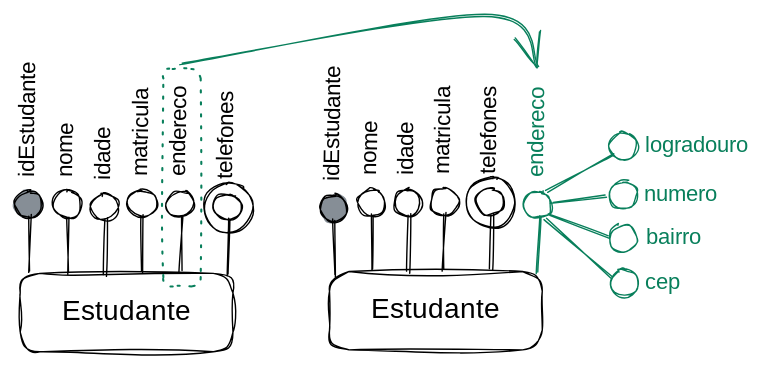
Before: .gitbook/assets/file.excalidraw.svg, a diagram exported from Excalidraw (francojoao/gb-banco-de-dados). Source tidied: one line per element, renumbered; positions are measured from the earlier drawing's top-left corner, leaving out a move shared by most shapes.
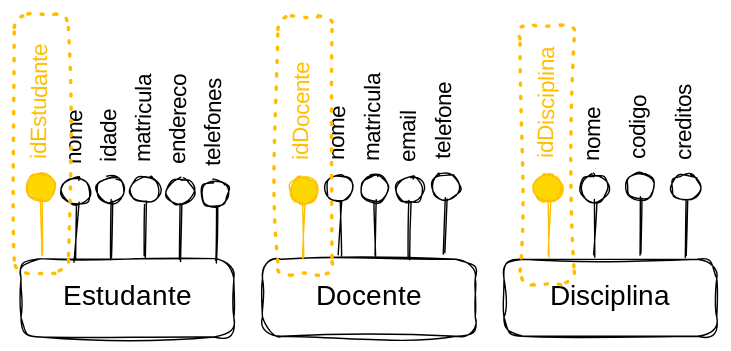
The same file after the commit.

What changed in the source:
```diff
@@ -1,56 +1,54 @@
-{"id": 0, "type": "rectangle", "strokeColor": "#000000", "strokeWidth": 1, "roughness": 2, "round": true, "x": 42, "y": 185, "width": 152, "height": 56}
-{"id": 1, "type": "text", "text": "Estudante", "strokeColor": "#000000", "strokeWidth": 1, "roughness": 1, "fontSize": 20, "fontFamily": 1, "textAlign": "center", "verticalAlign": "middle", "inside": 0, "x": 66, "y": 201, "width": 105, "height": 25}
-{"id": 2, "type": "ellipse", "strokeColor": "#000000", "backgroundColor": "#868e96", "fillStyle": "solid", "strokeWidth": 1, "roughness": 1, "round": true, "x": 38, "y": 126, "width": 20, "height": 19}
-{"id": 3, "type": "line", "strokeColor": "#000000", "backgroundColor": "#868e96", "fillStyle": "solid", "strokeWidth": 1, "roughness": 1, "round": true, "x": 49, "y": 145, "width": 1, "height": 40, "points": [[0, 0], [-1, 40]]}
-{"id": 4, "type": "text", "text": "idEstudante", "strokeColor": "#000000", "angle": 4.73, "backgroundColor": "#868e96", "fillStyle": "solid", "strokeWidth": 1, "roughness": 1, "fontSize": 16, "fontFamily": 1, "x": 0, "y": 58, "width": 97, "height": 20}
-{"id": 5, "type": "ellipse", "strokeColor": "#000000", "strokeWidth": 1, "roughness": 1, "round": true, "x": 66, "y": 126, "width": 20, "height": 19}
-{"id": 6, "type": "line", "strokeColor": "#000000", "backgroundColor": "#868e96", "fillStyle": "solid", "strokeWidth": 1, "roughness": 1, "round": true, "x": 77, "y": 145, "width": 1, "height": 40, "points": [[0, 0], [-1, 40]]}
-{"id": 7, "type": "text", "text": "nome", "strokeColor": "#000000", "angle": 4.73, "backgroundColor": "#868e96", "fillStyle": "solid", "strokeWidth": 1, "roughness": 1, "fontSize": 16, "fontFamily": 1, "x": 57, "y": 88, "width": 37, "height": 20}
-{"id": 8, "type": "ellipse", "strokeColor": "#000000", "strokeWidth": 1, "roughness": 1, "round": true, "x": 119, "y": 126, "width": 20, "height": 19}
-{"id": 9, "type": "line", "strokeColor": "#000000", "backgroundColor": "#868e96", "fillStyle": "solid", "strokeWidth": 1, "roughness": 1, "round": true, "x": 130, "y": 144, "width": 1, "height": 40, "points": [[0, 0], [-1, 40]]}
-{"id": 10, "type": "text", "text": "matricula", "strokeColor": "#000000", "angle": 4.73, "backgroundColor": "#868e96", "fillStyle": "solid", "strokeWidth": 1, "roughness": 1, "fontSize": 16, "fontFamily": 1, "x": 92, "y": 69, "width": 74, "height": 20}
-{"id": 11, "type": "ellipse", "strokeColor": "#000000", "strokeWidth": 1, "roughness": 1, "round": true, "x": 180, "y": 128, "width": 20, "height": 19}
-{"id": 12, "type": "line", "strokeColor": "#000000", "backgroundColor": "#868e96", "fillStyle": "solid", "strokeWidth": 1, "roughness": 1, "round": true, "x": 191, "y": 146, "width": 1, "height": 40, "points": [[0, 0], [-1, 40]]}
-{"id": 13, "type": "text", "text": "telefones", "strokeColor": "#000000", "angle": 4.73, "backgroundColor": "#868e96", "fillStyle": "solid", "strokeWidth": 1, "roughness": 1, "fontSize": 16, "fontFamily": 1, "x": 153, "y": 71, "width": 74, "height": 20}
-{"id": 14, "type": "ellipse", "strokeColor": "#000000", "strokeWidth": 1, "roughness": 1, "round": true, "x": 173, "y": 120, "width": 35, "height": 36}
-{"id": 15, "type": "ellipse", "strokeColor": "#000000", "strokeWidth": 1, "roughness": 1, "round": true, "x": 147, "y": 126, "width": 20, "height": 19}
-{"id": 16, "type": "line", "strokeColor": "#000000", "backgroundColor": "#868e96", "fillStyle": "solid", "strokeWidth": 1, "roughness": 1, "round": true, "x": 157, "y": 144, "width": 1, "height": 40, "points": [[0, 0], [-1, 40]]}
-{"id": 17, "type": "text", "text": "endereco", "strokeColor": "#000000", "angle": 4.73, "backgroundColor": "#868e96", "fillStyle": "solid", "strokeWidth": 1, "roughness": 1, "fontSize": 16, "fontFamily": 1, "x": 122, "y": 71, "width": 69, "height": 20}
-{"id": 18, "type": "rectangle", "strokeColor": "#000000", "strokeWidth": 1, "roughness": 2, "round": true, "x": 263, "y": 184, "width": 152, "height": 56}
-{"id": 19, "type": "text", "text": "Estudante", "strokeColor": "#000000", "strokeWidth": 1, "roughness": 1, "fontSize": 20, "fontFamily": 1, "textAlign": "center", "verticalAlign": "middle", "inside": 18, "x": 287, "y": 199, "width": 105, "height": 25}
-{"id": 20, "type": "ellipse", "strokeColor": "#000000", "backgroundColor": "#868e96", "fillStyle": "solid", "strokeWidth": 1, "roughness": 1, "round": true, "x": 256, "y": 129, "width": 20, "height": 19}
-{"id": 21, "type": "line", "strokeColor": "#000000", "backgroundColor": "#868e96", "fillStyle": "solid", "strokeWidth": 1, "roughness": 1, "round": true, "x": 267, "y": 147, "width": 1, "height": 40, "points": [[0, 0], [-1, 40]]}
-{"id": 22, "type": "text", "text": "idEstudante", "strokeColor": "#000000", "angle": 4.73, "backgroundColor": "#868e96", "fillStyle": "solid", "strokeWidth": 1, "roughness": 1, "fontSize": 16, "fontFamily": 1, "x": 218, "y": 60, "width": 97, "height": 20}
-{"id": 23, "type": "ellipse", "strokeColor": "#000000", "strokeWidth": 1, "roughness": 1, "round": true, "x": 283, "y": 125, "width": 20, "height": 19}
-{"id": 24, "type": "line", "strokeColor": "#000000", "backgroundColor": "#868e96", "fillStyle": "solid", "strokeWidth": 1, "roughness": 1, "round": true, "x": 294, "y": 143, "width": 1, "height": 40, "points": [[0, 0], [-1, 40]]}
-{"id": 25, "type": "text", "text": "nome", "strokeColor": "#000000", "angle": 4.73, "backgroundColor": "#868e96", "fillStyle": "solid", "strokeWidth": 1, "roughness": 1, "fontSize": 16, "fontFamily": 1, "x": 274, "y": 86, "width": 37, "height": 20}
-{"id": 26, "type": "ellipse", "strokeColor": "#000000", "strokeWidth": 1, "roughness": 1, "round": true, "x": 335, "y": 124, "width": 20, "height": 19}
-{"id": 27, "type": "line", "strokeColor": "#000000", "backgroundColor": "#868e96", "fillStyle": "solid", "strokeWidth": 1, "roughness": 1, "round": true, "x": 346, "y": 143, "width": 1, "height": 40, "points": [[0, 0], [-1, 40]]}
-{"id": 28, "type": "text", "text": "matricula", "strokeColor": "#000000", "angle": 4.73, "backgroundColor": "#868e96", "fillStyle": "solid", "strokeWidth": 1, "roughness": 1, "fontSize": 16, "fontFamily": 1, "x": 308, "y": 67, "width": 74, "height": 20}
-{"id": 29, "type": "ellipse", "strokeColor": "#000000", "strokeWidth": 1, "roughness": 1, "round": true, "x": 368, "y": 125, "width": 20, "height": 19}
-{"id": 30, "type": "line", "strokeColor": "#000000", "backgroundColor": "#868e96", "fillStyle": "solid", "strokeWidth": 1, "roughness": 1, "round": true, "x": 379, "y": 143, "width": 1, "height": 40, "points": [[0, 0], [-1, 40]]}
-{"id": 31, "type": "text", "text": "telefones", "strokeColor": "#000000", "angle": 4.73, "backgroundColor": "#868e96", "fillStyle": "solid", "strokeWidth": 1, "roughness": 1, "fontSize": 16, "fontFamily": 1, "x": 341, "y": 67, "width": 74, "height": 20}
-{"id": 32, "type": "ellipse", "strokeColor": "#000000", "strokeWidth": 1, "roughness": 1, "round": true, "x": 361, "y": 117, "width": 35, "height": 36}
-{"id": 33, "type": "arrow", "strokeColor": "#087f5b", "strokeWidth": 1, "roughness": 1, "endArrowhead": "arrow", "round": true, "from": 49, "to": 36, "x": 157, "y": 36, "width": 256, "height": 38, "points": [[0, 0], [216, -36], [256, 2]]}
-{"id": 34, "type": "ellipse", "strokeColor": "#087f5b", "strokeWidth": 1, "roughness": 1, "round": true, "x": 402, "y": 127, "width": 20, "height": 19}
-{"id": 35, "type": "line", "strokeColor": "#087f5b", "backgroundColor": "#868e96", "fillStyle": "solid", "strokeWidth": 1, "roughness": 1, "round": true, "x": 413, "y": 145, "width": 1, "height": 40, "points": [[0, 0], [-1, 40]]}
-{"id": 36, "type": "text", "text": "endereco", "strokeColor": "#087f5b", "angle": 4.73, "backgroundColor": "#868e96", "fillStyle": "solid", "strokeWidth": 1, "roughness": 1, "fontSize": 16, "fontFamily": 1, "x": 378, "y": 72, "width": 69, "height": 20}
-{"id": 37, "type": "ellipse", "strokeColor": "#087f5b", "strokeWidth": 1, "roughness": 1, "round": true, "x": 463, "y": 85, "width": 20, "height": 20}
-{"id": 38, "type": "ellipse", "strokeColor": "#087f5b", "strokeWidth": 1, "roughness": 1, "round": true, "x": 463, "y": 119, "width": 20, "height": 20}
-{"id": 39, "type": "ellipse", "strokeColor": "#087f5b", "strokeWidth": 1, "roughness": 1, "round": true, "x": 463, "y": 150, "width": 20, "height": 20}
-{"id": 40, "type": "line", "strokeColor": "#087f5b", "strokeWidth": 1, "roughness": 1, "round": true, "x": 419, "y": 128, "width": 46, "height": 28, "points": [[0, 0], [46, -28]]}
-{"id": 41, "type": "arrow", "strokeColor": "#087f5b", "strokeWidth": 1, "roughness": 1, "round": true, "to": 38, "x": 422, "y": 134, "width": 40, "height": 5, "points": [[0, 0], [40, -5]]}
-{"id": 42, "type": "arrow", "strokeColor": "#087f5b", "strokeWidth": 1, "roughness": 1, "round": true, "from": 34, "to": 39, "x": 420, "y": 144, "width": 42, "height": 15, "points": [[0, 0], [42, 15]]}
-{"id": 43, "type": "text", "text": "logradouro", "strokeColor": "#087f5b", "strokeWidth": 1, "roughness": 1, "fontSize": 16, "fontFamily": 1, "x": 489, "y": 85, "width": 83, "height": 20}
-{"id": 44, "type": "text", "text": "numero", "strokeColor": "#087f5b", "strokeWidth": 1, "roughness": 1, "fontSize": 16, "fontFamily": 1, "x": 488, "y": 119, "width": 53, "height": 20}
-{"id": 45, "type": "text", "text": "bairro", "strokeColor": "#087f5b", "strokeWidth": 1, "roughness": 1, "fontSize": 16, "fontFamily": 1, "x": 489, "y": 150, "width": 47, "height": 20}
-{"id": 46, "type": "ellipse", "strokeColor": "#087f5b", "strokeWidth": 1, "roughness": 1, "round": true, "x": 464, "y": 182, "width": 20, "height": 20}
-{"id": 47, "type": "text", "text": "cep", "strokeColor": "#087f5b", "strokeWidth": 1, "roughness": 1, "fontSize": 16, "fontFamily": 1, "x": 488, "y": 182, "width": 27, "height": 20}
-{"id": 48, "type": "arrow", "strokeColor": "#087f5b", "strokeWidth": 1, "roughness": 1, "round": true, "from": 34, "to": 46, "x": 417, "y": 147, "width": 47, "height": 41, "points": [[0, 0], [47, 41]]}
-{"id": 49, "type": "rectangle", "strokeColor": "#087f5b", "strokeWidth": 1, "strokeStyle": "dotted", "roughness": 1, "round": true, "x": 145, "y": 39, "width": 27, "height": 155}
-{"id": 50, "type": "ellipse", "strokeColor": "#000000", "strokeWidth": 1, "roughness": 1, "round": true, "x": 93, "y": 128, "width": 20, "height": 19}
-{"id": 51, "type": "line", "strokeColor": "#000000", "backgroundColor": "#868e96", "fillStyle": "solid", "strokeWidth": 1, "roughness": 1, "round": true, "x": 103, "y": 147, "width": 1, "height": 40, "points": [[0, 0], [-1, 40]]}
-{"id": 52, "type": "text", "text": "idade", "strokeColor": "#000000", "angle": 4.73, "backgroundColor": "#868e96", "fillStyle": "solid", "strokeWidth": 1, "roughness": 1, "fontSize": 16, "fontFamily": 1, "x": 81, "y": 87, "width": 43, "height": 20}
-{"id": 53, "type": "ellipse", "strokeColor": "#000000", "strokeWidth": 1, "roughness": 1, "round": true, "x": 309, "y": 125, "width": 20, "height": 19}
-{"id": 54, "type": "line", "strokeColor": "#000000", "backgroundColor": "#868e96", "fillStyle": "solid", "strokeWidth": 1, "roughness": 1, "round": true, "x": 320, "y": 144, "width": 1, "height": 40, "points": [[0, 0], [-1, 40]]}
-{"id": 55, "type": "text", "text": "idade", "strokeColor": "#000000", "angle": 4.73, "backgroundColor": "#868e96", "fillStyle": "solid", "strokeWidth": 1, "roughness": 1, "fontSize": 16, "fontFamily": 1, "x": 298, "y": 84, "width": 43, "height": 20}
+{"id": 56, "type": "rectangle", "strokeColor": "#000000", "strokeWidth": 1, "roughness": 2, "round": true, "x": 129, "y": 247, "width": 152, "height": 56}
+{"id": 57, "type": "text", "text": "Estudante", "strokeColor": "#000000", "strokeWidth": 1, "roughness": 1, "fontSize": 20, "fontFamily": 1, "textAlign": "center", "verticalAlign": "middle", "inside": 56, "x": 152, "y": 262, "width": 105, "height": 25}
+{"id": 58, "type": "rectangle", "strokeColor": "#000000", "strokeWidth": 1, "roughness": 2, "round": true, "x": 301, "y": 247, "width": 152, "height": 55}
+{"id": 59, "type": "text", "text": "Docente", "strokeColor": "#000000", "strokeWidth": 1, "roughness": 1, "fontSize": 20, "fontFamily": 1, "textAlign": "center", "verticalAlign": "middle", "inside": 58, "x": 337, "y": 262, "width": 81, "height": 25}
+{"id": 60, "type": "rectangle", "strokeColor": "#000000", "strokeWidth": 1, "roughness": 2, "round": true, "x": 474, "y": 247, "width": 152, "height": 55}
+{"id": 61, "type": "text", "text": "Disciplina", "strokeColor": "#000000", "strokeWidth": 1, "roughness": 1, "fontSize": 20, "fontFamily": 1, "textAlign": "center", "verticalAlign": "middle", "inside": 60, "x": 505, "y": 262, "width": 89, "height": 25}
+{"id": 62, "type": "ellipse", "strokeColor": "#ffbf00", "backgroundColor": "#ffd700", "fillStyle": "solid", "strokeWidth": 1, "roughness": 1, "round": true, "x": 133, "y": 186, "width": 20, "height": 19}
+{"id": 63, "type": "line", "strokeColor": "#ffbf00", "backgroundColor": "#ffd700", "fillStyle": "solid", "strokeWidth": 1, "roughness": 1, "round": true, "x": 144, "y": 204, "width": 1, "height": 40, "points": [[0, 0], [-1, 40]]}
+{"id": 64, "type": "text", "text": "idEstudante", "strokeColor": "#ffbf00", "angle": 4.73, "backgroundColor": "#ffd700", "fillStyle": "solid", "strokeWidth": 1, "roughness": 1, "fontSize": 16, "fontFamily": 1, "x": 94, "y": 117, "width": 97, "height": 20}
+{"id": 65, "type": "ellipse", "strokeColor": "#000000", "strokeWidth": 1, "roughness": 1, "round": true, "x": 158, "y": 189, "width": 20, "height": 19}
+{"id": 66, "type": "line", "strokeColor": "#000000", "backgroundColor": "#868e96", "fillStyle": "solid", "strokeWidth": 1, "roughness": 1, "round": true, "x": 169, "y": 208, "width": 1, "height": 40, "points": [[0, 0], [-1, 40]]}
+{"id": 67, "type": "text", "text": "nome", "strokeColor": "#000000", "angle": 4.73, "backgroundColor": "#868e96", "fillStyle": "solid", "strokeWidth": 1, "roughness": 1, "fontSize": 16, "fontFamily": 1, "x": 149, "y": 151, "width": 37, "height": 20}
+{"id": 68, "type": "ellipse", "strokeColor": "#000000", "strokeWidth": 1, "roughness": 1, "round": true, "x": 207, "y": 188, "width": 20, "height": 19}
+{"id": 69, "type": "line", "strokeColor": "#000000", "backgroundColor": "#868e96", "fillStyle": "solid", "strokeWidth": 1, "roughness": 1, "round": true, "x": 218, "y": 206, "width": 1, "height": 40, "points": [[0, 0], [-1, 40]]}
+{"id": 70, "type": "text", "text": "matricula", "strokeColor": "#000000", "angle": 4.73, "backgroundColor": "#868e96", "fillStyle": "solid", "strokeWidth": 1, "roughness": 1, "fontSize": 16, "fontFamily": 1, "x": 180, "y": 131, "width": 74, "height": 20}
+{"id": 71, "type": "ellipse", "strokeColor": "#000000", "strokeWidth": 1, "roughness": 1, "round": true, "x": 232, "y": 190, "width": 20, "height": 19}
+{"id": 72, "type": "line", "strokeColor": "#000000", "backgroundColor": "#868e96", "fillStyle": "solid", "strokeWidth": 1, "roughness": 1, "round": true, "x": 243, "y": 208, "width": 1, "height": 40, "points": [[0, 0], [-1, 40]]}
+{"id": 73, "type": "text", "text": "endereco", "strokeColor": "#000000", "angle": 4.73, "backgroundColor": "#868e96", "fillStyle": "solid", "strokeWidth": 1, "roughness": 1, "fontSize": 16, "fontFamily": 1, "x": 208, "y": 135, "width": 69, "height": 20}
+{"id": 74, "type": "ellipse", "strokeColor": "#000000", "strokeWidth": 1, "roughness": 1, "round": true, "x": 346, "y": 187, "width": 20, "height": 19}
+{"id": 75, "type": "line", "strokeColor": "#000000", "backgroundColor": "#868e96", "fillStyle": "solid", "strokeWidth": 1, "roughness": 1, "round": true, "x": 357, "y": 205, "width": 1, "height": 40, "points": [[0, 0], [-1, 40]]}
+{"id": 76, "type": "text", "text": "nome", "strokeColor": "#000000", "angle": 4.73, "backgroundColor": "#868e96", "fillStyle": "solid", "strokeWidth": 1, "roughness": 1, "fontSize": 16, "fontFamily": 1, "x": 337, "y": 148, "width": 37, "height": 20}
+{"id": 77, "type": "ellipse", "strokeColor": "#000000", "strokeWidth": 1, "roughness": 1, "round": true, "x": 371, "y": 187, "width": 20, "height": 19}
+{"id": 78, "type": "line", "strokeColor": "#000000", "backgroundColor": "#868e96", "fillStyle": "solid", "strokeWidth": 1, "roughness": 1, "round": true, "x": 382, "y": 206, "width": 1, "height": 40, "points": [[0, 0], [-1, 40]]}
+{"id": 79, "type": "text", "text": "matricula", "strokeColor": "#000000", "angle": 4.73, "backgroundColor": "#868e96", "fillStyle": "solid", "strokeWidth": 1, "roughness": 1, "fontSize": 16, "fontFamily": 1, "x": 344, "y": 130, "width": 74, "height": 20}
+{"id": 80, "type": "ellipse", "strokeColor": "#000000", "strokeWidth": 1, "roughness": 1, "round": true, "x": 422, "y": 186, "width": 20, "height": 19}
+{"id": 81, "type": "line", "strokeColor": "#000000", "backgroundColor": "#868e96", "fillStyle": "solid", "strokeWidth": 1, "roughness": 1, "round": true, "x": 433, "y": 204, "width": 1, "height": 40, "points": [[0, 0], [-1, 40]]}
+{"id": 82, "type": "text", "text": "telefone", "strokeColor": "#000000", "angle": 4.73, "backgroundColor": "#868e96", "fillStyle": "solid", "strokeWidth": 1, "roughness": 1, "fontSize": 16, "fontFamily": 1, "x": 399, "y": 132, "width": 66, "height": 20}
+{"id": 83, "type": "ellipse", "strokeColor": "#ffbf00", "backgroundColor": "#ffd700", "fillStyle": "solid", "strokeWidth": 1, "roughness": 1, "round": true, "x": 320, "y": 188, "width": 20, "height": 19}
+{"id": 84, "type": "line", "strokeColor": "#ffbf00", "backgroundColor": "#ffd700", "fillStyle": "solid", "strokeWidth": 1, "roughness": 1, "round": true, "x": 331, "y": 207, "width": 1, "height": 40, "points": [[0, 0], [-1, 40]]}
+{"id": 85, "type": "text", "text": "idDocente", "strokeColor": "#ffbf00", "angle": 4.73, "backgroundColor": "#ffd700", "fillStyle": "solid", "strokeWidth": 1, "roughness": 1, "fontSize": 16, "fontFamily": 1, "x": 291, "y": 128, "width": 78, "height": 20}
+{"id": 86, "type": "ellipse", "strokeColor": "#000000", "strokeWidth": 1, "roughness": 1, "round": true, "x": 528, "y": 187, "width": 20, "height": 19}
+{"id": 87, "type": "line", "strokeColor": "#000000", "backgroundColor": "#868e96", "fillStyle": "solid", "strokeWidth": 1, "roughness": 1, "round": true, "x": 539, "y": 205, "width": 1, "height": 40, "points": [[0, 0], [-1, 40]]}
+{"id": 88, "type": "text", "text": "nome", "strokeColor": "#000000", "angle": 4.73, "backgroundColor": "#868e96", "fillStyle": "solid", "strokeWidth": 1, "roughness": 1, "fontSize": 16, "fontFamily": 1, "x": 519, "y": 148, "width": 37, "height": 20}
+{"id": 89, "type": "ellipse", "strokeColor": "#000000", "strokeWidth": 1, "roughness": 1, "round": true, "x": 561, "y": 186, "width": 20, "height": 19}
+{"id": 90, "type": "line", "strokeColor": "#000000", "backgroundColor": "#868e96", "fillStyle": "solid", "strokeWidth": 1, "roughness": 1, "round": true, "x": 571, "y": 204, "width": 1, "height": 40, "points": [[0, 0], [-1, 40]]}
+{"id": 91, "type": "text", "text": "codigo", "strokeColor": "#000000", "angle": 4.73, "backgroundColor": "#868e96", "fillStyle": "solid", "strokeWidth": 1, "roughness": 1, "fontSize": 16, "fontFamily": 1, "x": 547, "y": 142, "width": 48, "height": 20}
+{"id": 92, "type": "ellipse", "strokeColor": "#ffbf00", "backgroundColor": "#ffd700", "fillStyle": "solid", "strokeWidth": 1, "roughness": 1, "round": true, "x": 495, "y": 187, "width": 20, "height": 19}
+{"id": 93, "type": "line", "strokeColor": "#ffbf00", "backgroundColor": "#ffd700", "fillStyle": "solid", "strokeWidth": 1, "roughness": 1, "round": true, "x": 506, "y": 205, "width": 1, "height": 40, "points": [[0, 0], [-1, 40]]}
+{"id": 94, "type": "text", "text": "idDisciplina", "strokeColor": "#ffbf00", "angle": 4.73, "backgroundColor": "#ffd700", "fillStyle": "solid", "strokeWidth": 1, "roughness": 1, "fontSize": 16, "fontFamily": 1, "x": 463, "y": 122, "width": 85, "height": 20}
+{"id": 95, "type": "ellipse", "strokeColor": "#000000", "strokeWidth": 1, "roughness": 1, "round": true, "x": 593, "y": 187, "width": 20, "height": 19}
+{"id": 96, "type": "line", "strokeColor": "#000000", "backgroundColor": "#868e96", "fillStyle": "solid", "strokeWidth": 1, "roughness": 1, "round": true, "x": 604, "y": 205, "width": 1, "height": 40, "points": [[0, 0], [-1, 40]]}
+{"id": 97, "type": "text", "text": "creditos", "strokeColor": "#000000", "angle": 4.73, "backgroundColor": "#868e96", "fillStyle": "solid", "strokeWidth": 1, "roughness": 1, "fontSize": 16, "fontFamily": 1, "x": 571, "y": 134, "width": 65, "height": 20}
+{"id": 98, "type": "ellipse", "strokeColor": "#000000", "strokeWidth": 1, "roughness": 1, "round": true, "x": 397, "y": 188, "width": 20, "height": 19}
+{"id": 99, "type": "line", "strokeColor": "#000000", "backgroundColor": "#868e96", "fillStyle": "solid", "strokeWidth": 1, "roughness": 1, "round": true, "x": 407, "y": 207, "width": 1, "height": 40, "points": [[0, 0], [-1, 40]]}
+{"id": 100, "type": "text", "text": "email", "strokeColor": "#000000", "angle": 4.73, "backgroundColor": "#868e96", "fillStyle": "solid", "strokeWidth": 1, "roughness": 1, "fontSize": 16, "fontFamily": 1, "x": 387, "y": 149, "width": 39, "height": 20}
+{"id": 101, "type": "ellipse", "strokeColor": "#000000", "strokeWidth": 1, "roughness": 1, "round": true, "x": 257, "y": 191, "width": 20, "height": 19}
+{"id": 102, "type": "line", "strokeColor": "#000000", "backgroundColor": "#868e96", "fillStyle": "solid", "strokeWidth": 1, "roughness": 1, "round": true, "x": 268, "y": 209, "width": 1, "height": 40, "points": [[0, 0], [-1, 40]]}
+{"id": 103, "type": "text", "text": "telefones", "strokeColor": "#000000", "angle": 4.73, "backgroundColor": "#868e96", "fillStyle": "solid", "strokeWidth": 1, "roughness": 1, "fontSize": 16, "fontFamily": 1, "x": 230, "y": 134, "width": 74, "height": 20}
+{"id": 104, "type": "ellipse", "strokeColor": "#000000", "strokeWidth": 1, "roughness": 1, "round": true, "x": 183, "y": 188, "width": 20, "height": 19}
+{"id": 105, "type": "line", "strokeColor": "#000000", "backgroundColor": "#868e96", "fillStyle": "solid", "strokeWidth": 1, "roughness": 1, "round": true, "x": 193, "y": 206, "width": 1, "height": 40, "points": [[0, 0], [-1, 40]]}
+{"id": 106, "type": "text", "text": "idade", "strokeColor": "#000000", "angle": 4.73, "backgroundColor": "#868e96", "fillStyle": "solid", "strokeWidth": 1, "roughness": 1, "fontSize": 16, "fontFamily": 1, "x": 171, "y": 146, "width": 43, "height": 20}
+{"id": 107, "type": "rectangle", "strokeColor": "#ffbf00", "strokeWidth": 2, "strokeStyle": "dotted", "roughness": 2, "round": true, "x": 124, "y": 72, "width": 39, "height": 185}
+{"id": 108, "type": "rectangle", "strokeColor": "#ffbf00", "strokeWidth": 2, "strokeStyle": "dotted", "roughness": 2, "round": true, "x": 312, "y": 74, "width": 39, "height": 185}
+{"id": 109, "type": "rectangle", "strokeColor": "#ffbf00", "strokeWidth": 2, "strokeStyle": "dotted", "roughness": 2, "round": true, "x": 485, "y": 80, "width": 39, "height": 185}
```
